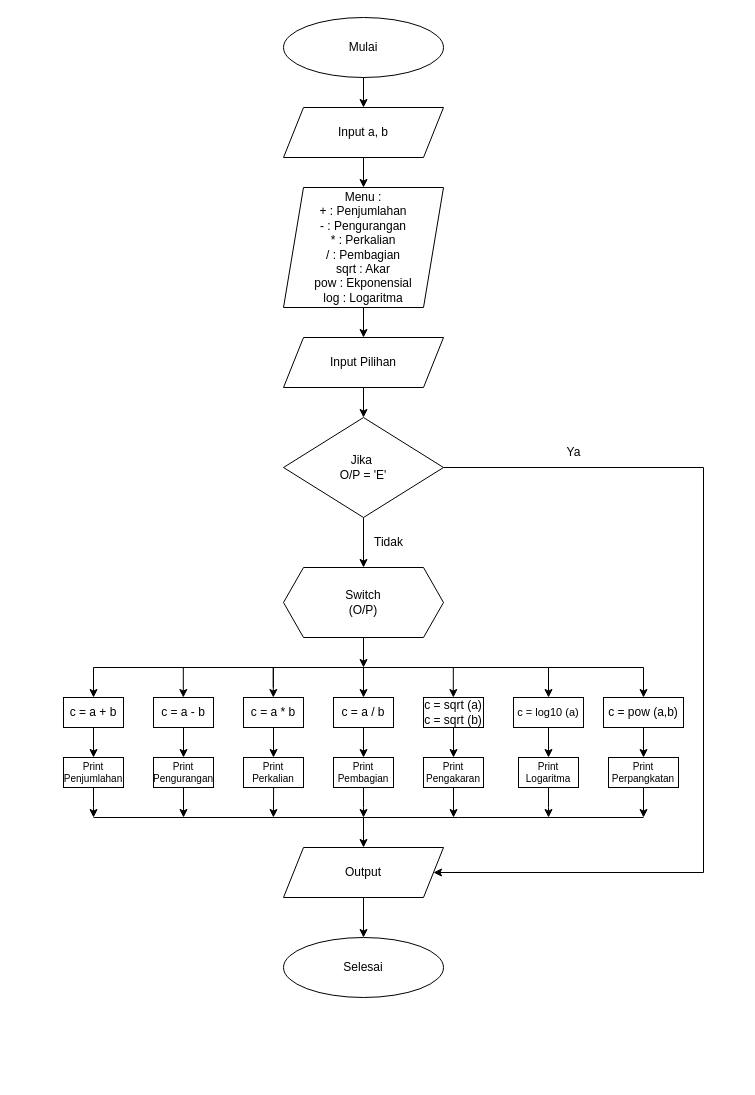
The draw.io diagram Untitled Diagram.drawio in Lutfiah-s/Program-Kalkulator-Sederhana-dengan-Fungsi, before the edit. Source tidied: cells renumbered, new cells numbered last; positions are measured from the earlier drawing's top-left corner, leaving out a move shared by most shapes. Both pictures are drawn from the tidied source at 100%, with x=0, y=0 at pixel (63, 17).
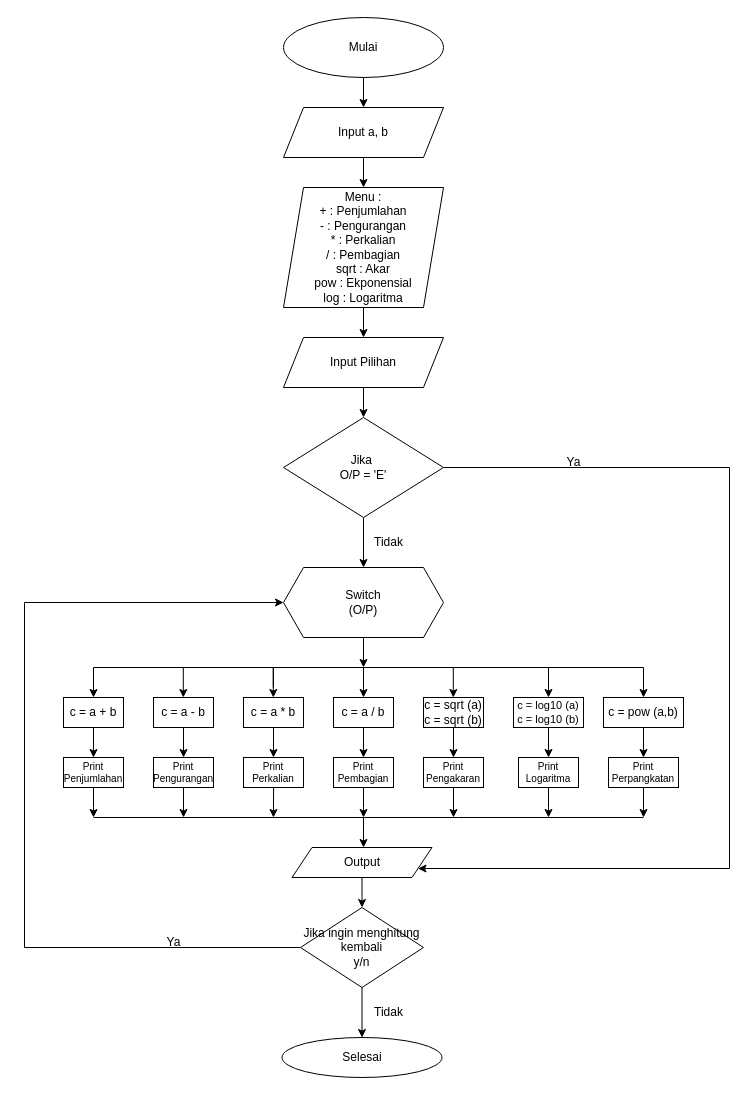
Above is the later version.

The change refers to these unchanged cells:
```xml
<mxCell id="12" value="Jika&amp;nbsp;&lt;div&gt;O/P = 'E'&lt;/div&gt;" style="rhombus;whiteSpace=wrap;html=1;labelBackgroundColor=none;" parent="1" vertex="1">
  <mxGeometry x="220" y="400" width="160" height="100" as="geometry" />
</mxCell>
<mxCell id="14" value="Switch&lt;div&gt;(O/P)&lt;/div&gt;" style="shape=hexagon;perimeter=hexagonPerimeter2;whiteSpace=wrap;html=1;fixedSize=1;labelBackgroundColor=none;" parent="1" vertex="1">
  <mxGeometry x="220" y="550" width="160" height="70" as="geometry" />
</mxCell>
```

What changed in the source:
```diff
@@
-    <mxCell id="10" style="edgeStyle=orthogonalEdgeStyle;rounded=0;jettySize=auto;html=1;entryX=1;entryY=0.5;entryDx=0;entryDy=0;labelBackgroundColor=none;fontColor=default;exitX=1;exitY=0.5;exitDx=0;exitDy=0;" parent="1" edge="1" source="12" target="51">
+    <mxCell id="10" style="edgeStyle=orthogonalEdgeStyle;rounded=0;jettySize=auto;html=1;entryX=1;entryY=0.75;entryDx=0;entryDy=0;labelBackgroundColor=none;fontColor=default;exitX=1;exitY=0.5;exitDx=0;exitDy=0;" parent="1" edge="1" source="12" target="51">
       <mxGeometry relative="1" as="geometry">
         <Array as="points">
-          <mxPoint x="640" y="450" />
-          <mxPoint x="640" y="855" />
+          <mxPoint x="666" y="450" />
+          <mxPoint x="666" y="851" />
         </Array>
       </mxGeometry>
     </mxCell>
@@
     <mxCell id="15" value="Ya" style="text;html=1;align=center;verticalAlign=middle;strokeColor=none;fillColor=none;labelBackgroundColor=none;" parent="1" vertex="1">
-      <mxGeometry x="490" y="420" width="40" height="30" as="geometry" />
+      <mxGeometry x="490" y="430" width="40" height="30" as="geometry" />
     </mxCell>
@@
-    <mxCell id="41" value="c = log10 (a)" style="rounded=0;whiteSpace=wrap;html=1;labelBackgroundColor=none;fontSize=11;" parent="1" vertex="1">
+    <mxCell id="41" value="c = log10 (a)&lt;div&gt;c = log10 (b)&lt;/div&gt;" style="rounded=0;whiteSpace=wrap;html=1;labelBackgroundColor=none;fontSize=11;" parent="1" vertex="1">
       <mxGeometry x="450" y="680" width="70" height="30" as="geometry" />
     </mxCell>
@@
-    <mxCell id="50" style="edgeStyle=orthogonalEdgeStyle;rounded=0;jettySize=auto;html=1;entryX=0.5;entryY=0;entryDx=0;entryDy=0;" parent="1" edge="1" source="51" target="53">
-      <mxGeometry relative="1" as="geometry" />
-    </mxCell>
+    <mxCell id="58" style="edgeStyle=orthogonalEdgeStyle;rounded=0;jettySize=auto;html=1;entryX=0.5;entryY=0;entryDx=0;entryDy=0;" parent="1" edge="1" source="51" target="61">
+      <mxGeometry relative="1" as="geometry">
+        <Array as="points">
+          <mxPoint x="299" y="880" />
+          <mxPoint x="299" y="880" />
+        </Array>
+      </mxGeometry>
+    </mxCell>
     <mxCell id="51" value="Output" style="shape=parallelogram;perimeter=parallelogramPerimeter;whiteSpace=wrap;html=1;fixedSize=1;labelBackgroundColor=none;" parent="1" vertex="1">
-      <mxGeometry x="220" y="830" width="160" height="50" as="geometry" />
+      <mxGeometry x="228.5" y="830" width="140" height="30" as="geometry" />
     </mxCell>
@@
     <mxCell id="53" value="Selesai" style="ellipse;whiteSpace=wrap;html=1;labelBackgroundColor=none;" parent="1" vertex="1">
-      <mxGeometry x="220" y="920" width="160" height="60" as="geometry" />
+      <mxGeometry x="218.5" y="1020" width="160" height="40" as="geometry" />
     </mxCell>
@@
+    <mxCell id="59" style="edgeStyle=orthogonalEdgeStyle;rounded=0;jettySize=auto;html=1;entryX=0;entryY=0.5;entryDx=0;entryDy=0;" parent="1" edge="1" source="61" target="14">
+      <mxGeometry relative="1" as="geometry">
+        <Array as="points">
+          <mxPoint x="-39" y="930" />
+          <mxPoint x="-39" y="585" />
+        </Array>
+      </mxGeometry>
+    </mxCell>
+    <mxCell id="60" style="edgeStyle=orthogonalEdgeStyle;rounded=0;jettySize=auto;html=1;entryX=0.5;entryY=0;entryDx=0;entryDy=0;" parent="1" edge="1" source="61" target="53">
+      <mxGeometry relative="1" as="geometry" />
+    </mxCell>
+    <mxCell id="61" value="Jika ingin menghitung kembali&lt;div&gt;y/n&lt;/div&gt;" style="rhombus;whiteSpace=wrap;html=1;labelBackgroundColor=none;" parent="1" vertex="1">
+      <mxGeometry x="237" y="890" width="123" height="80" as="geometry" />
+    </mxCell>
+    <mxCell id="62" value="Ya" style="text;html=1;align=center;verticalAlign=middle;strokeColor=none;fillColor=none;" parent="1" vertex="1">
+      <mxGeometry x="90" y="910" width="40" height="30" as="geometry" />
+    </mxCell>
+    <mxCell id="63" value="Tidak" style="text;html=1;align=center;verticalAlign=middle;strokeColor=none;fillColor=none;" parent="1" vertex="1">
+      <mxGeometry x="300" y="980" width="50" height="30" as="geometry" />
+    </mxCell>
```
